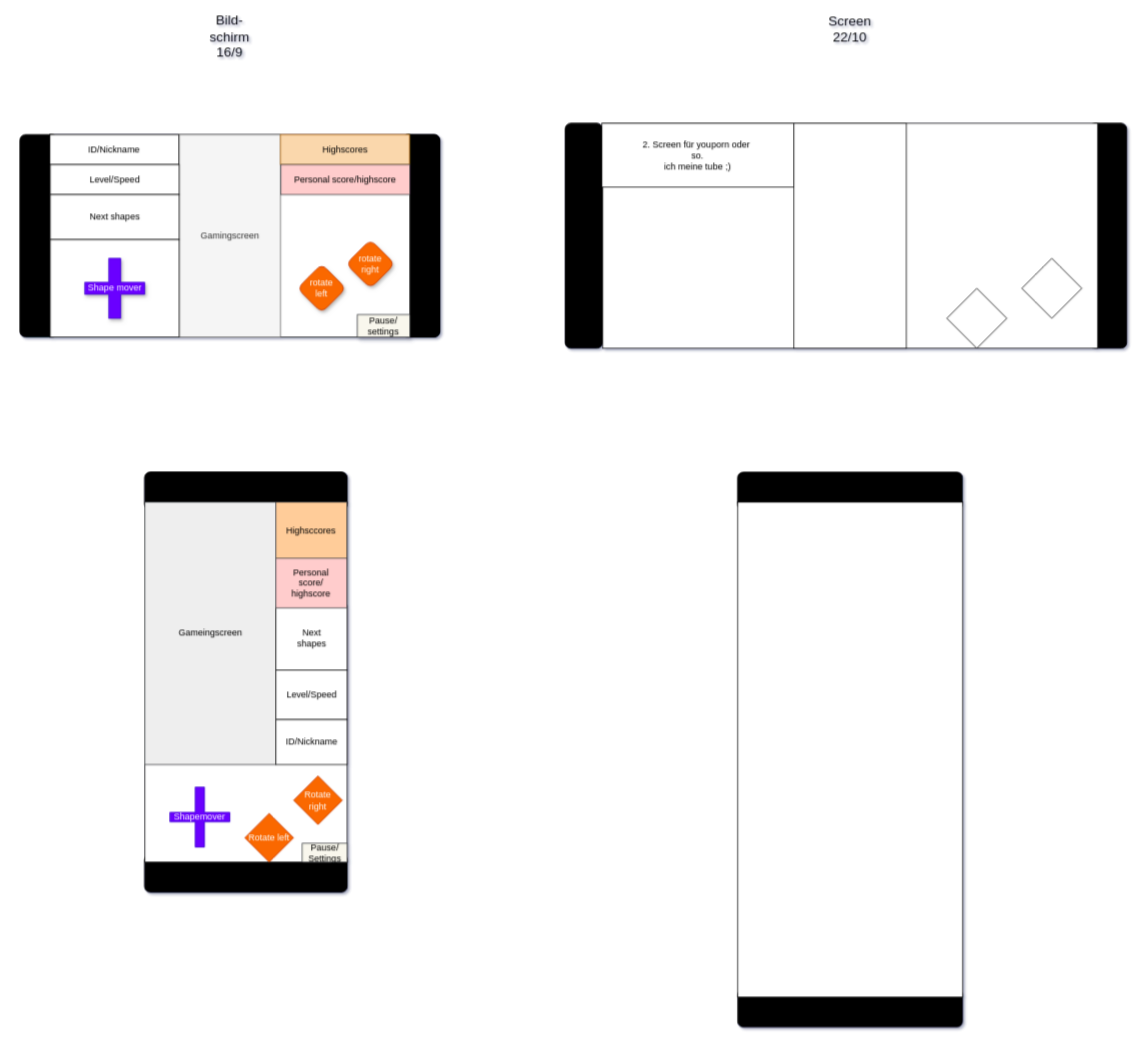
This is ideas/Screen build.drawio from AUSoft-Kassel/tetris, a draw.io file, before an edit. Source tidied: cells renumbered, new cells numbered last; positions are measured from the earlier drawing's top-left corner, leaving out a move shared by most shapes. Both pictures are drawn from the tidied source at 75%, with x=0, y=0 at pixel (20, 22).
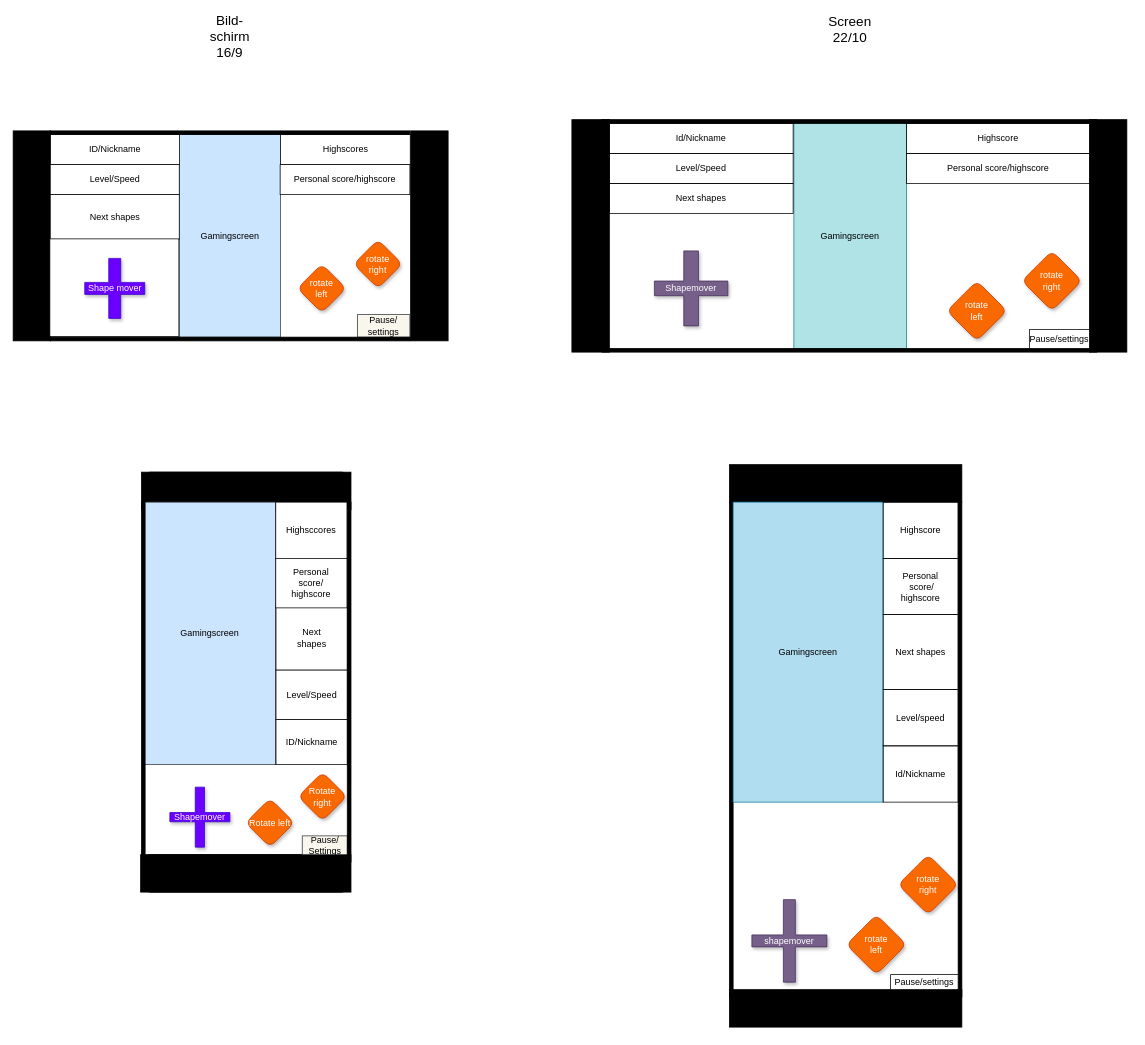
Above is the later version.

Commit message:
Andres GameScreen

The edit, as a diff of the source:
```diff
@@
-<mxGraphModel shadow="1">
+<mxGraphModel>
@@
-    <mxCell id="2" style="rounded=1;whiteSpace=wrap;html=1;fillColor=#000000;direction=south;" parent="1" vertex="1">
-      <mxGeometry x="957" y="600" width="300" height="50" as="geometry" />
+    <mxCell id="2" style="rounded=0;whiteSpace=wrap;html=1;fillColor=#000000;direction=south;" parent="1" vertex="1">
+      <mxGeometry x="946" y="590" width="310" height="50" as="geometry" />
     </mxCell>
-    <mxCell id="3" style="rounded=1;whiteSpace=wrap;html=1;fillColor=#000000;direction=south;" parent="1" vertex="1">
-      <mxGeometry x="957" y="1290" width="300" height="50" as="geometry" />
+    <mxCell id="3" style="rounded=0;whiteSpace=wrap;html=1;fillColor=#000000;direction=south;" parent="1" vertex="1">
+      <mxGeometry x="946" y="1290" width="310" height="50" as="geometry" />
     </mxCell>
-    <mxCell id="4" style="rounded=1;whiteSpace=wrap;html=1;fillColor=#000000;" parent="1" vertex="1">
-      <mxGeometry x="1426" y="135" width="50" height="300" as="geometry" />
+    <mxCell id="4" style="rounded=0;whiteSpace=wrap;html=1;fillColor=#000000;" parent="1" vertex="1">
+      <mxGeometry x="1426" y="130" width="50" height="310" as="geometry" />
     </mxCell>
-    <mxCell id="5" style="rounded=1;whiteSpace=wrap;html=1;fillColor=#000000;" parent="1" vertex="1">
-      <mxGeometry x="727" y="135" width="50" height="300" as="geometry" />
+    <mxCell id="5" style="rounded=0;whiteSpace=wrap;html=1;fillColor=#000000;" parent="1" vertex="1">
+      <mxGeometry x="736" y="130" width="50" height="310" as="geometry" />
     </mxCell>
-    <mxCell id="6" style="rounded=1;whiteSpace=wrap;html=1;fillColor=#000000;" parent="1" vertex="1">
-      <mxGeometry y="150" width="50" height="270" as="geometry" />
+    <mxCell id="6" style="rounded=0;whiteSpace=wrap;html=1;fillColor=#000000;" parent="1" vertex="1">
+      <mxGeometry x="-9" y="145" width="50" height="280" as="geometry" />
     </mxCell>
@@
-    <mxCell id="9" style="rounded=1;whiteSpace=wrap;html=1;fillColor=#000000;" parent="1" vertex="1">
-      <mxGeometry x="510" y="150" width="50" height="270" as="geometry" />
-    </mxCell>
-    <mxCell id="10" style="rounded=1;whiteSpace=wrap;html=1;direction=south;fillColor=#000000;" parent="1" vertex="1">
-      <mxGeometry x="166.5" y="1110" width="270" height="50" as="geometry" />
+    <mxCell id="10" style="rounded=0;whiteSpace=wrap;html=1;direction=south;fillColor=#000000;" parent="1" vertex="1">
+      <mxGeometry x="161" y="1110" width="280.5" height="50" as="geometry" />
     </mxCell>
-    <mxCell id="11" style="rounded=1;whiteSpace=wrap;html=1;direction=south;fillColor=#000000;" parent="1" vertex="1">
-      <mxGeometry x="166.5" y="600" width="270" height="50" as="geometry" />
+    <mxCell id="11" style="rounded=0;whiteSpace=wrap;html=1;direction=south;fillColor=#000000;" parent="1" vertex="1">
+      <mxGeometry x="162" y="600" width="279.5" height="50" as="geometry" />
     </mxCell>
-    <mxCell id="12" style="rounded=1;whiteSpace=wrap;html=1;fillColor=#000000;" parent="1" vertex="1">
-      <mxGeometry x="510" y="150" width="50" height="270" as="geometry" />
+    <mxCell id="12" style="rounded=0;whiteSpace=wrap;html=1;fillColor=#000000;" parent="1" vertex="1">
+      <mxGeometry x="521" y="145" width="50" height="280" as="geometry" />
     </mxCell>
@@
-    <mxCell id="14" style="rounded=0;whiteSpace=wrap;html=1;shadow=0;" parent="1" vertex="1">
-      <mxGeometry x="40" y="150" width="480" height="270" as="geometry" />
-    </mxCell>
-    <mxCell id="15" value="Gamingscreen" style="rounded=0;whiteSpace=wrap;html=1;shadow=0;fillColor=#f5f5f5;strokeColor=#666666;fontColor=#333333;" parent="1" vertex="1">
+    <mxCell id="15" value="Gamingscreen" style="rounded=0;whiteSpace=wrap;html=1;shadow=0;fillColor=#cce5ff;strokeColor=#36393d;" parent="1" vertex="1">
       <mxGeometry x="212.5" y="150" width="135" height="270" as="geometry" />
     </mxCell>
     <mxCell id="16" value="ID/Nickname" style="rounded=0;whiteSpace=wrap;html=1;shadow=0;" parent="1" vertex="1">
-      <mxGeometry x="40" y="150" width="172" height="40" as="geometry" />
+      <mxGeometry x="41" y="150" width="172" height="40" as="geometry" />
     </mxCell>
@@
-    <mxCell id="19" value="Highscores" style="rounded=0;whiteSpace=wrap;html=1;shadow=0;fillColor=#fad7ac;strokeColor=#b46504;" parent="1" vertex="1">
-      <mxGeometry x="347.5" y="150" width="172" height="40" as="geometry" />
+    <mxCell id="19" value="Highscores" style="rounded=0;whiteSpace=wrap;html=1;shadow=0;" parent="1" vertex="1">
+      <mxGeometry x="347.5" y="150" width="173" height="40" as="geometry" />
     </mxCell>
     <mxCell id="20" style="rounded=0;whiteSpace=wrap;html=1;shadow=0;" parent="1" vertex="1">
-      <mxGeometry x="40.5" y="290" width="172" height="130" as="geometry" />
+      <mxGeometry x="40" y="289" width="172" height="130" as="geometry" />
     </mxCell>
@@
     <mxCell id="23" value="rotate&lt;br&gt;right" style="rhombus;whiteSpace=wrap;html=1;shadow=1;rounded=1;fillColor=#fa6800;strokeColor=#C73500;fontColor=#ffffff;" parent="1" vertex="1">
-      <mxGeometry x="435" y="290" width="65" height="65" as="geometry" />
+      <mxGeometry x="445" y="290" width="65" height="65" as="geometry" />
     </mxCell>
-    <mxCell id="24" value="Personal score/highscore" style="rounded=0;whiteSpace=wrap;html=1;shadow=0;fillColor=#ffcccc;strokeColor=#36393d;" parent="1" vertex="1">
-      <mxGeometry x="348" y="190" width="172" height="40" as="geometry" />
+    <mxCell id="24" value="Personal score/highscore" style="rounded=0;whiteSpace=wrap;html=1;shadow=0;" parent="1" vertex="1">
+      <mxGeometry x="347" y="190" width="173" height="40" as="geometry" />
     </mxCell>
@@
-    <mxCell id="26" style="rounded=0;whiteSpace=wrap;html=1;shadow=0;direction=south;" parent="1" vertex="1">
-      <mxGeometry x="166.5" y="640" width="270" height="480" as="geometry" />
-    </mxCell>
-    <mxCell id="27" value="Gameingscreen&lt;br&gt;" style="rounded=0;whiteSpace=wrap;html=1;fillColor=#eeeeee;strokeColor=#36393d;" parent="1" vertex="1">
-      <mxGeometry x="166.5" y="640" width="175" height="350" as="geometry" />
+    <mxCell id="27" value="Gamingscreen" style="rounded=0;whiteSpace=wrap;html=1;fillColor=#cce5ff;strokeColor=#36393d;" parent="1" vertex="1">
+      <mxGeometry x="166" y="640" width="175" height="350" as="geometry" />
     </mxCell>
-    <mxCell id="28" value="Highsccores" style="rounded=0;whiteSpace=wrap;html=1;fillColor=#ffcc99;strokeColor=#36393d;" parent="1" vertex="1">
+    <mxCell id="28" value="Highsccores" style="rounded=0;whiteSpace=wrap;html=1;" parent="1" vertex="1">
       <mxGeometry x="341.2" y="640" width="95" height="76" as="geometry" />
     </mxCell>
@@
-    <mxCell id="30" value="Personal &lt;br&gt;score/&lt;br&gt;highscore" style="rounded=0;whiteSpace=wrap;html=1;fillColor=#ffcccc;strokeColor=#36393d;" parent="1" vertex="1">
+    <mxCell id="30" value="Personal &lt;br&gt;score/&lt;br&gt;highscore" style="rounded=0;whiteSpace=wrap;html=1;" parent="1" vertex="1">
       <mxGeometry x="341.2" y="715" width="95" height="66" as="geometry" />
     </mxCell>
@@
-    <mxCell id="33" value="Rotate&lt;br&gt;right" style="rhombus;whiteSpace=wrap;html=1;fillColor=#fa6800;strokeColor=#C73500;fontColor=#ffffff;" parent="1" vertex="1">
-      <mxGeometry x="365" y="1005" width="65" height="65" as="geometry" />
+    <mxCell id="33" value="Rotate&lt;br&gt;right" style="rhombus;whiteSpace=wrap;html=1;fillColor=#fa6800;strokeColor=#C73500;fontColor=#ffffff;rounded=1;shadow=1;" parent="1" vertex="1">
+      <mxGeometry x="371" y="1000" width="65" height="65" as="geometry" />
     </mxCell>
-    <mxCell id="34" value="Rotate left" style="rhombus;whiteSpace=wrap;html=1;fillColor=#fa6800;strokeColor=#C73500;fontColor=#ffffff;" parent="1" vertex="1">
-      <mxGeometry x="300" y="1055" width="65" height="65" as="geometry" />
+    <mxCell id="34" value="Rotate left" style="rhombus;whiteSpace=wrap;html=1;fillColor=#fa6800;strokeColor=#C73500;fontColor=#ffffff;rounded=1;shadow=1;" parent="1" vertex="1">
+      <mxGeometry x="301" y="1035" width="65" height="65" as="geometry" />
     </mxCell>
-    <mxCell id="35" value="Pause/&lt;br&gt;Settings" style="rounded=0;whiteSpace=wrap;html=1;fillColor=#f9f7ed;strokeColor=#36393d;" parent="1" vertex="1">
-      <mxGeometry x="376.5" y="1095" width="60" height="25" as="geometry" />
+    <mxCell id="35" value="Pause/&lt;br&gt;Settings" style="rounded=0;whiteSpace=wrap;html=1;fillColor=#f9f7ed;strokeColor=#36393d;shadow=1;" parent="1" vertex="1">
+      <mxGeometry x="376.5" y="1085" width="60" height="25" as="geometry" />
     </mxCell>
-    <mxCell id="36" value="Shapemover" style="shape=cross;whiteSpace=wrap;html=1;fillColor=#6a00ff;strokeColor=#3700CC;fontColor=#ffffff;size=0.1541656494140625;" parent="1" vertex="1">
+    <mxCell id="36" value="Shapemover" style="shape=cross;whiteSpace=wrap;html=1;fillColor=#6a00ff;strokeColor=#3700CC;fontColor=#ffffff;size=0.1541656494140625;shadow=1;" parent="1" vertex="1">
       <mxGeometry x="200" y="1020" width="80" height="80" as="geometry" />
     </mxCell>
@@
-    <mxCell id="38" style="rounded=0;whiteSpace=wrap;html=1;strokeColor=#000000;fillColor=#FFFFFF;" parent="1" vertex="1">
-      <mxGeometry x="777" y="135" width="660" height="300" as="geometry" />
-    </mxCell>
-    <mxCell id="39" style="rounded=0;whiteSpace=wrap;html=1;strokeColor=#000000;fillColor=#FFFFFF;" parent="1" vertex="1">
+    <mxCell id="39" value="Gamingscreen" style="rounded=0;whiteSpace=wrap;html=1;strokeColor=#0e8088;fillColor=#b0e3e6;" parent="1" vertex="1">
       <mxGeometry x="1032" y="135" width="150" height="300" as="geometry" />
     </mxCell>
-    <mxCell id="40" style="rounded=0;whiteSpace=wrap;html=1;strokeColor=#000000;fillColor=#FFFFFF;direction=south;" parent="1" vertex="1">
-      <mxGeometry x="957" y="640" width="300" height="660" as="geometry" />
-    </mxCell>
-    <mxCell id="41" style="rhombus;whiteSpace=wrap;html=1;strokeColor=#000000;fillColor=#FFFFFF;" parent="1" vertex="1">
-      <mxGeometry x="1336" y="315" width="80" height="80" as="geometry" />
+    <mxCell id="41" value="rotate&lt;br&gt;right" style="rhombus;whiteSpace=wrap;html=1;strokeColor=#C73500;fillColor=#fa6800;fontColor=#ffffff;rounded=1;shadow=1;" parent="1" vertex="1">
+      <mxGeometry x="1336" y="305" width="80" height="80" as="geometry" />
     </mxCell>
-    <mxCell id="42" style="rhombus;whiteSpace=wrap;html=1;strokeColor=#000000;fillColor=#FFFFFF;" parent="1" vertex="1">
-      <mxGeometry x="1236" y="355" width="80" height="80" as="geometry" />
+    <mxCell id="42" value="rotate&lt;br&gt;left" style="rhombus;whiteSpace=wrap;html=1;strokeColor=#C73500;fillColor=#fa6800;fontColor=#ffffff;rounded=1;shadow=1;" parent="1" vertex="1">
+      <mxGeometry x="1236" y="345" width="80" height="80" as="geometry" />
     </mxCell>
-    <mxCell id="43" value="2. Screen für youporn oder&amp;nbsp;&lt;br&gt;so.&lt;br&gt;ich meine tube ;)" style="rounded=0;whiteSpace=wrap;html=1;strokeColor=#000000;fillColor=#FFFFFF;" parent="1" vertex="1">
-      <mxGeometry x="776" y="135" width="256" height="85" as="geometry" />
+    <mxCell id="43" value="Id/Nickname" style="rounded=0;whiteSpace=wrap;html=1;strokeColor=#000000;fillColor=none;" parent="1" vertex="1">
+      <mxGeometry x="786" y="135" width="245" height="40" as="geometry" />
     </mxCell>
+    <mxCell id="44" style="rounded=0;whiteSpace=wrap;html=1;fillColor=#000000;" parent="1" vertex="1">
+      <mxGeometry x="776" y="130" width="660" height="5" as="geometry" />
+    </mxCell>
+    <mxCell id="45" style="rounded=0;whiteSpace=wrap;html=1;direction=south;fillColor=#000000;" parent="1" vertex="1">
+      <mxGeometry x="946" y="640" width="5" height="660" as="geometry" />
+    </mxCell>
+    <mxCell id="46" style="rounded=0;whiteSpace=wrap;html=1;fillColor=#000000;" parent="1" vertex="1">
+      <mxGeometry x="776" y="435" width="660" height="5" as="geometry" />
+    </mxCell>
+    <mxCell id="47" style="rounded=0;whiteSpace=wrap;html=1;direction=south;fillColor=#000000;" parent="1" vertex="1">
+      <mxGeometry x="1251" y="640" width="5" height="660" as="geometry" />
+    </mxCell>
+    <mxCell id="48" style="rounded=0;whiteSpace=wrap;html=1;fillColor=#000000;" parent="1" vertex="1">
+      <mxGeometry x="40" y="145" width="480" height="5" as="geometry" />
+    </mxCell>
+    <mxCell id="49" style="rounded=0;whiteSpace=wrap;html=1;fillColor=#000000;" parent="1" vertex="1">
+      <mxGeometry x="40.5" y="420" width="480" height="5" as="geometry" />
+    </mxCell>
+    <mxCell id="50" style="rounded=0;whiteSpace=wrap;html=1;fillColor=#000000;direction=south;" parent="1" vertex="1">
+      <mxGeometry x="436.5" y="640" width="5" height="480" as="geometry" />
+    </mxCell>
+    <mxCell id="51" style="rounded=0;whiteSpace=wrap;html=1;fillColor=#000000;direction=south;" parent="1" vertex="1">
+      <mxGeometry x="162" y="640" width="5" height="480" as="geometry" />
+    </mxCell>
+    <mxCell id="52" value="Level/Speed" style="rounded=0;whiteSpace=wrap;html=1;strokeColor=#000000;fillColor=none;" parent="1" vertex="1">
+      <mxGeometry x="786" y="175" width="245" height="40" as="geometry" />
+    </mxCell>
+    <mxCell id="53" value="Shapemover" style="shape=cross;whiteSpace=wrap;html=1;fillColor=#76608a;strokeColor=#432D57;fontColor=#ffffff;shadow=1;" parent="1" vertex="1">
+      <mxGeometry x="846" y="305" width="98" height="100" as="geometry" />
+    </mxCell>
+    <mxCell id="54" value="Next shapes" style="rounded=0;whiteSpace=wrap;html=1;strokeColor=#000000;fillColor=none;" parent="1" vertex="1">
+      <mxGeometry x="786" y="215" width="245" height="40" as="geometry" />
+    </mxCell>
+    <mxCell id="55" value="Highscore" style="rounded=0;whiteSpace=wrap;html=1;strokeColor=#000000;fillColor=none;" parent="1" vertex="1">
+      <mxGeometry x="1182" y="135" width="245" height="40" as="geometry" />
+    </mxCell>
+    <mxCell id="56" value="Personal score/highscore" style="rounded=0;whiteSpace=wrap;html=1;strokeColor=#000000;fillColor=none;" parent="1" vertex="1">
+      <mxGeometry x="1182" y="175" width="245" height="40" as="geometry" />
+    </mxCell>
+    <mxCell id="57" value="Gamingscreen" style="rounded=0;whiteSpace=wrap;html=1;fillColor=#b1ddf0;strokeColor=#10739e;" parent="1" vertex="1">
+      <mxGeometry x="951" y="640" width="200" height="400" as="geometry" />
+    </mxCell>
+    <mxCell id="58" value="Highscore" style="rounded=0;whiteSpace=wrap;html=1;fillColor=none;" parent="1" vertex="1">
+      <mxGeometry x="1151" y="640" width="100" height="75" as="geometry" />
+    </mxCell>
+    <mxCell id="59" value="Personal&lt;br&gt;&amp;nbsp;score/&lt;br&gt;highscore" style="rounded=0;whiteSpace=wrap;html=1;fillColor=none;" parent="1" vertex="1">
+      <mxGeometry x="1151" y="715" width="100" height="75" as="geometry" />
+    </mxCell>
+    <mxCell id="60" value="Next shapes" style="rounded=0;whiteSpace=wrap;html=1;fillColor=none;" parent="1" vertex="1">
+      <mxGeometry x="1151" y="790" width="100" height="100" as="geometry" />
+    </mxCell>
+    <mxCell id="61" value="Level/speed" style="rounded=0;whiteSpace=wrap;html=1;fillColor=none;" parent="1" vertex="1">
+      <mxGeometry x="1151" y="890" width="100" height="75" as="geometry" />
+    </mxCell>
+    <mxCell id="62" value="Id/Nickname" style="rounded=0;whiteSpace=wrap;html=1;fillColor=none;" parent="1" vertex="1">
+      <mxGeometry x="1151" y="965" width="100" height="75" as="geometry" />
+    </mxCell>
+    <mxCell id="63" value="rotate&lt;br&gt;left" style="rhombus;whiteSpace=wrap;html=1;rounded=1;fillColor=#fa6800;strokeColor=#C73500;fontColor=#ffffff;shadow=1;" parent="1" vertex="1">
+      <mxGeometry x="1102" y="1190" width="80" height="80" as="geometry" />
+    </mxCell>
+    <mxCell id="64" value="rotate&lt;br&gt;right" style="rhombus;whiteSpace=wrap;html=1;rounded=1;fillColor=#fa6800;strokeColor=#C73500;fontColor=#ffffff;shadow=1;" parent="1" vertex="1">
+      <mxGeometry x="1171" y="1110" width="80" height="80" as="geometry" />
+    </mxCell>
+    <mxCell id="65" value="Pause/settings" style="rounded=0;whiteSpace=wrap;html=1;fillColor=#FFFFFF;shadow=1;" parent="1" vertex="1">
+      <mxGeometry x="1346" y="410" width="80" height="25" as="geometry" />
+    </mxCell>
+    <mxCell id="66" value="Pause/settings" style="rounded=0;whiteSpace=wrap;html=1;fillColor=#FFFFFF;shadow=1;" parent="1" vertex="1">
+      <mxGeometry x="1161" y="1270" width="90" height="20" as="geometry" />
+    </mxCell>
+    <mxCell id="67" value="shapemover" style="shape=cross;whiteSpace=wrap;html=1;rounded=1;shadow=1;fillColor=#76608a;strokeColor=#432D57;fontColor=#ffffff;size=0.16;" parent="1" vertex="1">
+      <mxGeometry x="976" y="1170" width="100" height="110" as="geometry" />
+    </mxCell>
```
